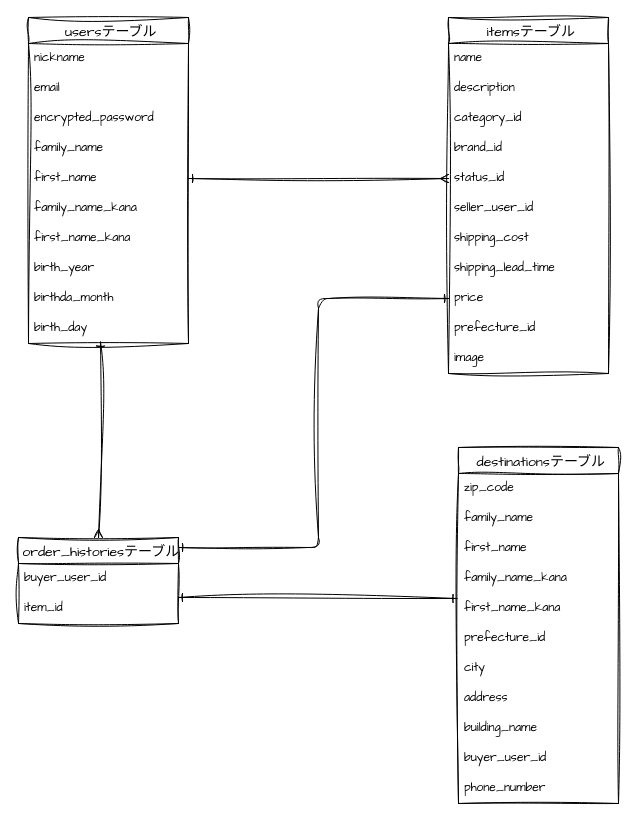
Kaomaruko/furima-40267 keeps this draw.io diagram as app/views/test.dio. Above is the earlier version. Source tidied: cells renumbered, new cells numbered last; positions are measured from the earlier drawing's top-left corner, leaving out a move shared by most shapes. Both pictures are drawn from the tidied source at 100%, with x=0, y=0 at pixel (18, 17).
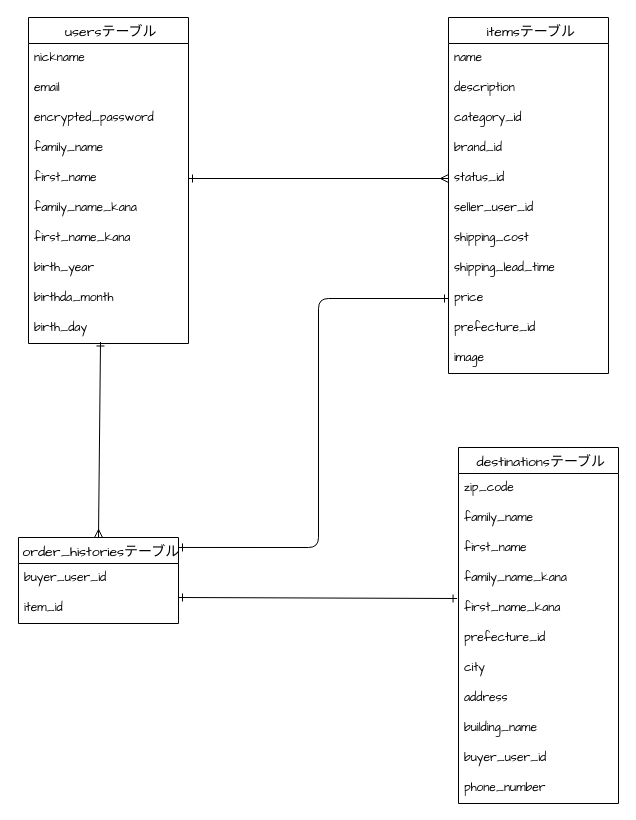
The same diagram, later.

The edit, as a diff of the source:
```diff
@@
-    <mxCell id="2" value=" usersテーブル" style="swimlane;fontStyle=0;horizontal=1;startSize=26;align=center;fontSize=14;sketch=1;hachureGap=4;jiggle=2;curveFitting=1;fontFamily=Architects Daughter;" parent="1" vertex="1">
+    <mxCell id="2" value=" usersテーブル" style="swimlane;fontStyle=0;horizontal=1;startSize=26;align=center;fontSize=14;hachureGap=4;fontFamily=Architects Daughter;" parent="1" vertex="1">
       <mxGeometry x="10" width="160" height="326" as="geometry" />
     </mxCell>
-    <mxCell id="3" value="nickname" style="text;strokeColor=none;fillColor=none;spacingLeft=4;spacingRight=4;overflow=hidden;fontSize=12;sketch=1;hachureGap=4;jiggle=2;curveFitting=1;fontFamily=Architects Daughter;" parent="2" vertex="1">
+    <mxCell id="3" value="nickname" style="text;strokeColor=none;fillColor=none;spacingLeft=4;spacingRight=4;overflow=hidden;fontSize=12;hachureGap=4;fontFamily=Architects Daughter;" parent="2" vertex="1">
       <mxGeometry y="26" width="160" height="30" as="geometry" />
     </mxCell>
-    <mxCell id="4" value="email" style="text;strokeColor=none;fillColor=none;spacingLeft=4;spacingRight=4;overflow=hidden;fontSize=12;sketch=1;hachureGap=4;jiggle=2;curveFitting=1;fontFamily=Architects Daughter;" parent="2" vertex="1">
+    <mxCell id="4" value="email" style="text;strokeColor=none;fillColor=none;spacingLeft=4;spacingRight=4;overflow=hidden;fontSize=12;hachureGap=4;fontFamily=Architects Daughter;" parent="2" vertex="1">
       <mxGeometry y="56" width="160" height="30" as="geometry" />
     </mxCell>
-    <mxCell id="5" value="encrypted_password" style="text;strokeColor=none;fillColor=none;spacingLeft=4;spacingRight=4;overflow=hidden;fontSize=12;sketch=1;hachureGap=4;jiggle=2;curveFitting=1;fontFamily=Architects Daughter;" parent="2" vertex="1">
+    <mxCell id="5" value="encrypted_password" style="text;strokeColor=none;fillColor=none;spacingLeft=4;spacingRight=4;overflow=hidden;fontSize=12;hachureGap=4;fontFamily=Architects Daughter;" parent="2" vertex="1">
       <mxGeometry y="86" width="160" height="30" as="geometry" />
     </mxCell>
-    <mxCell id="6" value="family_name" style="text;strokeColor=none;fillColor=none;spacingLeft=4;spacingRight=4;overflow=hidden;fontSize=12;sketch=1;hachureGap=4;jiggle=2;curveFitting=1;fontFamily=Architects Daughter;" parent="2" vertex="1">
+    <mxCell id="6" value="family_name" style="text;strokeColor=none;fillColor=none;spacingLeft=4;spacingRight=4;overflow=hidden;fontSize=12;hachureGap=4;fontFamily=Architects Daughter;" parent="2" vertex="1">
       <mxGeometry y="116" width="160" height="30" as="geometry" />
     </mxCell>
-    <mxCell id="7" value="first_name" style="text;strokeColor=none;fillColor=none;spacingLeft=4;spacingRight=4;overflow=hidden;points=[[0,0.5],[1,0.5]];portConstraint=eastwest;fontSize=12;sketch=1;hachureGap=4;jiggle=2;curveFitting=1;fontFamily=Architects Daughter;" parent="2" vertex="1">
+    <mxCell id="7" value="first_name" style="text;strokeColor=none;fillColor=none;spacingLeft=4;spacingRight=4;overflow=hidden;points=[[0,0.5],[1,0.5]];portConstraint=eastwest;fontSize=12;hachureGap=4;fontFamily=Architects Daughter;" parent="2" vertex="1">
       <mxGeometry y="146" width="160" height="30" as="geometry" />
     </mxCell>
-    <mxCell id="8" value="family_name_kana" style="text;strokeColor=none;fillColor=none;spacingLeft=4;spacingRight=4;overflow=hidden;fontSize=12;sketch=1;hachureGap=4;jiggle=2;curveFitting=1;fontFamily=Architects Daughter;" parent="2" vertex="1">
+    <mxCell id="8" value="family_name_kana" style="text;strokeColor=none;fillColor=none;spacingLeft=4;spacingRight=4;overflow=hidden;fontSize=12;hachureGap=4;fontFamily=Architects Daughter;" parent="2" vertex="1">
       <mxGeometry y="176" width="160" height="30" as="geometry" />
     </mxCell>
-    <mxCell id="9" value="first_name_kana" style="text;strokeColor=none;fillColor=none;spacingLeft=4;spacingRight=4;overflow=hidden;fontSize=12;sketch=1;hachureGap=4;jiggle=2;curveFitting=1;fontFamily=Architects Daughter;" parent="2" vertex="1">
+    <mxCell id="9" value="first_name_kana" style="text;strokeColor=none;fillColor=none;spacingLeft=4;spacingRight=4;overflow=hidden;fontSize=12;hachureGap=4;fontFamily=Architects Daughter;" parent="2" vertex="1">
       <mxGeometry y="206" width="160" height="30" as="geometry" />
     </mxCell>
-    <mxCell id="10" value="birth_year" style="text;strokeColor=none;fillColor=none;spacingLeft=4;spacingRight=4;overflow=hidden;fontSize=12;sketch=1;hachureGap=4;jiggle=2;curveFitting=1;fontFamily=Architects Daughter;" parent="2" vertex="1">
+    <mxCell id="10" value="birth_year" style="text;strokeColor=none;fillColor=none;spacingLeft=4;spacingRight=4;overflow=hidden;fontSize=12;hachureGap=4;fontFamily=Architects Daughter;" parent="2" vertex="1">
       <mxGeometry y="236" width="160" height="30" as="geometry" />
     </mxCell>
-    <mxCell id="11" value="birthda_month" style="text;strokeColor=none;fillColor=none;spacingLeft=4;spacingRight=4;overflow=hidden;fontSize=12;sketch=1;hachureGap=4;jiggle=2;curveFitting=1;fontFamily=Architects Daughter;" parent="2" vertex="1">
+    <mxCell id="11" value="birthda_month" style="text;strokeColor=none;fillColor=none;spacingLeft=4;spacingRight=4;overflow=hidden;fontSize=12;hachureGap=4;fontFamily=Architects Daughter;" parent="2" vertex="1">
       <mxGeometry y="266" width="160" height="30" as="geometry" />
     </mxCell>
-    <mxCell id="12" value="birth_day" style="text;strokeColor=none;fillColor=none;spacingLeft=4;spacingRight=4;overflow=hidden;points=[[0,0.5],[1,0.5]];portConstraint=eastwest;fontSize=12;sketch=1;hachureGap=4;jiggle=2;curveFitting=1;fontFamily=Architects Daughter;" parent="2" vertex="1">
+    <mxCell id="12" value="birth_day" style="text;strokeColor=none;fillColor=none;spacingLeft=4;spacingRight=4;overflow=hidden;points=[[0,0.5],[1,0.5]];portConstraint=eastwest;fontSize=12;hachureGap=4;fontFamily=Architects Daughter;" parent="2" vertex="1">
       <mxGeometry y="296" width="160" height="30" as="geometry" />
     </mxCell>
-    <mxCell id="13" value=" itemsテーブル" style="swimlane;fontStyle=0;horizontal=1;startSize=26;align=center;fontSize=14;sketch=1;hachureGap=4;jiggle=2;curveFitting=1;fontFamily=Architects Daughter;" parent="1" vertex="1">
+    <mxCell id="13" value=" itemsテーブル" style="swimlane;fontStyle=0;horizontal=1;startSize=26;align=center;fontSize=14;hachureGap=4;fontFamily=Architects Daughter;" parent="1" vertex="1">
       <mxGeometry x="430" width="160" height="356" as="geometry" />
     </mxCell>
-    <mxCell id="14" value="name" style="text;strokeColor=none;fillColor=none;spacingLeft=4;spacingRight=4;overflow=hidden;fontSize=12;sketch=1;hachureGap=4;jiggle=2;curveFitting=1;fontFamily=Architects Daughter;" parent="13" vertex="1">
+    <mxCell id="14" value="name" style="text;strokeColor=none;fillColor=none;spacingLeft=4;spacingRight=4;overflow=hidden;fontSize=12;hachureGap=4;fontFamily=Architects Daughter;" parent="13" vertex="1">
       <mxGeometry y="26" width="160" height="30" as="geometry" />
     </mxCell>
-    <mxCell id="15" value="description" style="text;strokeColor=none;fillColor=none;spacingLeft=4;spacingRight=4;overflow=hidden;fontSize=12;sketch=1;hachureGap=4;jiggle=2;curveFitting=1;fontFamily=Architects Daughter;" parent="13" vertex="1">
+    <mxCell id="15" value="description" style="text;strokeColor=none;fillColor=none;spacingLeft=4;spacingRight=4;overflow=hidden;fontSize=12;hachureGap=4;fontFamily=Architects Daughter;" parent="13" vertex="1">
       <mxGeometry y="56" width="160" height="30" as="geometry" />
     </mxCell>
-    <mxCell id="16" value="category_id" style="text;strokeColor=none;fillColor=none;spacingLeft=4;spacingRight=4;overflow=hidden;fontSize=12;sketch=1;hachureGap=4;jiggle=2;curveFitting=1;fontFamily=Architects Daughter;" parent="13" vertex="1">
+    <mxCell id="16" value="category_id" style="text;strokeColor=none;fillColor=none;spacingLeft=4;spacingRight=4;overflow=hidden;fontSize=12;hachureGap=4;fontFamily=Architects Daughter;" parent="13" vertex="1">
       <mxGeometry y="86" width="160" height="30" as="geometry" />
     </mxCell>
-    <mxCell id="17" value="brand_id" style="text;strokeColor=none;fillColor=none;spacingLeft=4;spacingRight=4;overflow=hidden;fontSize=12;sketch=1;hachureGap=4;jiggle=2;curveFitting=1;fontFamily=Architects Daughter;" parent="13" vertex="1">
+    <mxCell id="17" value="brand_id" style="text;strokeColor=none;fillColor=none;spacingLeft=4;spacingRight=4;overflow=hidden;fontSize=12;hachureGap=4;fontFamily=Architects Daughter;" parent="13" vertex="1">
       <mxGeometry y="116" width="160" height="30" as="geometry" />
     </mxCell>
-    <mxCell id="18" value="status_id" style="text;strokeColor=none;fillColor=none;spacingLeft=4;spacingRight=4;overflow=hidden;points=[[0,0.5],[1,0.5]];portConstraint=eastwest;fontSize=12;sketch=1;hachureGap=4;jiggle=2;curveFitting=1;fontFamily=Architects Daughter;" parent="13" vertex="1">
+    <mxCell id="18" value="status_id" style="text;strokeColor=none;fillColor=none;spacingLeft=4;spacingRight=4;overflow=hidden;points=[[0,0.5],[1,0.5]];portConstraint=eastwest;fontSize=12;hachureGap=4;fontFamily=Architects Daughter;" parent="13" vertex="1">
       <mxGeometry y="146" width="160" height="30" as="geometry" />
     </mxCell>
-    <mxCell id="19" value="seller_user_id" style="text;strokeColor=none;fillColor=none;spacingLeft=4;spacingRight=4;overflow=hidden;fontSize=12;sketch=1;hachureGap=4;jiggle=2;curveFitting=1;fontFamily=Architects Daughter;" parent="13" vertex="1">
+    <mxCell id="19" value="seller_user_id" style="text;strokeColor=none;fillColor=none;spacingLeft=4;spacingRight=4;overflow=hidden;fontSize=12;hachureGap=4;fontFamily=Architects Daughter;" parent="13" vertex="1">
       <mxGeometry y="176" width="160" height="30" as="geometry" />
     </mxCell>
-    <mxCell id="20" value="shipping_cost" style="text;strokeColor=none;fillColor=none;spacingLeft=4;spacingRight=4;overflow=hidden;fontSize=12;sketch=1;hachureGap=4;jiggle=2;curveFitting=1;fontFamily=Architects Daughter;" parent="13" vertex="1">
+    <mxCell id="20" value="shipping_cost" style="text;strokeColor=none;fillColor=none;spacingLeft=4;spacingRight=4;overflow=hidden;fontSize=12;hachureGap=4;fontFamily=Architects Daughter;" parent="13" vertex="1">
       <mxGeometry y="206" width="160" height="30" as="geometry" />
     </mxCell>
-    <mxCell id="21" value="shipping_lead_time" style="text;strokeColor=none;fillColor=none;spacingLeft=4;spacingRight=4;overflow=hidden;fontSize=12;sketch=1;hachureGap=4;jiggle=2;curveFitting=1;fontFamily=Architects Daughter;" parent="13" vertex="1">
+    <mxCell id="21" value="shipping_lead_time" style="text;strokeColor=none;fillColor=none;spacingLeft=4;spacingRight=4;overflow=hidden;fontSize=12;hachureGap=4;fontFamily=Architects Daughter;" parent="13" vertex="1">
       <mxGeometry y="236" width="160" height="30" as="geometry" />
     </mxCell>
-    <mxCell id="22" value="price" style="text;strokeColor=none;fillColor=none;spacingLeft=4;spacingRight=4;overflow=hidden;points=[[0,0.5],[1,0.5]];portConstraint=eastwest;fontSize=12;sketch=1;hachureGap=4;jiggle=2;curveFitting=1;fontFamily=Architects Daughter;" parent="13" vertex="1">
+    <mxCell id="22" value="price" style="text;strokeColor=none;fillColor=none;spacingLeft=4;spacingRight=4;overflow=hidden;points=[[0,0.5],[1,0.5]];portConstraint=eastwest;fontSize=12;hachureGap=4;fontFamily=Architects Daughter;" parent="13" vertex="1">
       <mxGeometry y="266" width="160" height="30" as="geometry" />
     </mxCell>
-    <mxCell id="23" value="prefecture_id" style="text;strokeColor=none;fillColor=none;spacingLeft=4;spacingRight=4;overflow=hidden;fontSize=12;sketch=1;hachureGap=4;jiggle=2;curveFitting=1;fontFamily=Architects Daughter;" parent="13" vertex="1">
+    <mxCell id="23" value="prefecture_id" style="text;strokeColor=none;fillColor=none;spacingLeft=4;spacingRight=4;overflow=hidden;fontSize=12;hachureGap=4;fontFamily=Architects Daughter;" parent="13" vertex="1">
       <mxGeometry y="296" width="160" height="30" as="geometry" />
     </mxCell>
-    <mxCell id="24" value="image" style="text;strokeColor=none;fillColor=none;spacingLeft=4;spacingRight=4;overflow=hidden;fontSize=12;sketch=1;hachureGap=4;jiggle=2;curveFitting=1;fontFamily=Architects Daughter;" parent="13" vertex="1">
+    <mxCell id="24" value="image" style="text;strokeColor=none;fillColor=none;spacingLeft=4;spacingRight=4;overflow=hidden;fontSize=12;hachureGap=4;fontFamily=Architects Daughter;" parent="13" vertex="1">
       <mxGeometry y="326" width="160" height="30" as="geometry" />
     </mxCell>
-    <mxCell id="25" value=" order_historiesテーブル" style="swimlane;fontStyle=0;horizontal=1;startSize=26;align=center;fontSize=14;sketch=1;hachureGap=4;jiggle=2;curveFitting=1;fontFamily=Architects Daughter;" parent="1" vertex="1">
+    <mxCell id="25" value=" order_historiesテーブル" style="swimlane;fontStyle=0;horizontal=1;startSize=26;align=center;fontSize=14;hachureGap=4;fontFamily=Architects Daughter;" parent="1" vertex="1">
       <mxGeometry y="520" width="160" height="86" as="geometry" />
     </mxCell>
-    <mxCell id="26" value="buyer_user_id" style="text;strokeColor=none;fillColor=none;spacingLeft=4;spacingRight=4;overflow=hidden;fontSize=12;sketch=1;hachureGap=4;jiggle=2;curveFitting=1;fontFamily=Architects Daughter;" parent="25" vertex="1">
+    <mxCell id="26" value="buyer_user_id" style="text;strokeColor=none;fillColor=none;spacingLeft=4;spacingRight=4;overflow=hidden;fontSize=12;hachureGap=4;fontFamily=Architects Daughter;" parent="25" vertex="1">
       <mxGeometry y="26" width="160" height="30" as="geometry" />
     </mxCell>
-    <mxCell id="27" value="item_id" style="text;strokeColor=none;fillColor=none;spacingLeft=4;spacingRight=4;overflow=hidden;fontSize=12;sketch=1;hachureGap=4;jiggle=2;curveFitting=1;fontFamily=Architects Daughter;" parent="25" vertex="1">
+    <mxCell id="27" value="item_id" style="text;strokeColor=none;fillColor=none;spacingLeft=4;spacingRight=4;overflow=hidden;fontSize=12;hachureGap=4;fontFamily=Architects Daughter;" parent="25" vertex="1">
       <mxGeometry y="56" width="160" height="30" as="geometry" />
     </mxCell>
-    <mxCell id="28" value=" destinationsテーブル" style="swimlane;fontStyle=0;horizontal=1;startSize=26;align=center;fontSize=14;sketch=1;hachureGap=4;jiggle=2;curveFitting=1;fontFamily=Architects Daughter;" parent="1" vertex="1">
+    <mxCell id="28" value=" destinationsテーブル" style="swimlane;fontStyle=0;horizontal=1;startSize=26;align=center;fontSize=14;hachureGap=4;fontFamily=Architects Daughter;" parent="1" vertex="1">
       <mxGeometry x="440" y="430" width="160" height="356" as="geometry" />
     </mxCell>
-    <mxCell id="29" value="zip_code" style="text;strokeColor=none;fillColor=none;spacingLeft=4;spacingRight=4;overflow=hidden;fontSize=12;sketch=1;hachureGap=4;jiggle=2;curveFitting=1;fontFamily=Architects Daughter;" parent="28" vertex="1">
+    <mxCell id="29" value="zip_code" style="text;strokeColor=none;fillColor=none;spacingLeft=4;spacingRight=4;overflow=hidden;fontSize=12;hachureGap=4;fontFamily=Architects Daughter;" parent="28" vertex="1">
       <mxGeometry y="26" width="160" height="30" as="geometry" />
     </mxCell>
-    <mxCell id="30" value="family_name" style="text;strokeColor=none;fillColor=none;spacingLeft=4;spacingRight=4;overflow=hidden;fontSize=12;sketch=1;hachureGap=4;jiggle=2;curveFitting=1;fontFamily=Architects Daughter;" parent="28" vertex="1">
+    <mxCell id="30" value="family_name" style="text;strokeColor=none;fillColor=none;spacingLeft=4;spacingRight=4;overflow=hidden;fontSize=12;hachureGap=4;fontFamily=Architects Daughter;" parent="28" vertex="1">
       <mxGeometry y="56" width="160" height="30" as="geometry" />
     </mxCell>
-    <mxCell id="31" value="first_name" style="text;strokeColor=none;fillColor=none;spacingLeft=4;spacingRight=4;overflow=hidden;fontSize=12;sketch=1;hachureGap=4;jiggle=2;curveFitting=1;fontFamily=Architects Daughter;" parent="28" vertex="1">
+    <mxCell id="31" value="first_name" style="text;strokeColor=none;fillColor=none;spacingLeft=4;spacingRight=4;overflow=hidden;fontSize=12;hachureGap=4;fontFamily=Architects Daughter;" parent="28" vertex="1">
       <mxGeometry y="86" width="160" height="30" as="geometry" />
     </mxCell>
-    <mxCell id="32" value="family_name_kana" style="text;strokeColor=none;fillColor=none;spacingLeft=4;spacingRight=4;overflow=hidden;fontSize=12;sketch=1;hachureGap=4;jiggle=2;curveFitting=1;fontFamily=Architects Daughter;" parent="28" vertex="1">
+    <mxCell id="32" value="family_name_kana" style="text;strokeColor=none;fillColor=none;spacingLeft=4;spacingRight=4;overflow=hidden;fontSize=12;hachureGap=4;fontFamily=Architects Daughter;" parent="28" vertex="1">
       <mxGeometry y="116" width="160" height="30" as="geometry" />
     </mxCell>
-    <mxCell id="33" value="first_name_kana" style="text;strokeColor=none;fillColor=none;spacingLeft=4;spacingRight=4;overflow=hidden;points=[[0,0.5],[1,0.5]];portConstraint=eastwest;fontSize=12;sketch=1;hachureGap=4;jiggle=2;curveFitting=1;fontFamily=Architects Daughter;" parent="28" vertex="1">
+    <mxCell id="33" value="first_name_kana" style="text;strokeColor=none;fillColor=none;spacingLeft=4;spacingRight=4;overflow=hidden;points=[[0,0.5],[1,0.5]];portConstraint=eastwest;fontSize=12;hachureGap=4;fontFamily=Architects Daughter;" parent="28" vertex="1">
       <mxGeometry y="146" width="160" height="30" as="geometry" />
     </mxCell>
-    <mxCell id="34" value="prefecture_id" style="text;strokeColor=none;fillColor=none;spacingLeft=4;spacingRight=4;overflow=hidden;fontSize=12;sketch=1;hachureGap=4;jiggle=2;curveFitting=1;fontFamily=Architects Daughter;" parent="28" vertex="1">
+    <mxCell id="34" value="prefecture_id" style="text;strokeColor=none;fillColor=none;spacingLeft=4;spacingRight=4;overflow=hidden;fontSize=12;hachureGap=4;fontFamily=Architects Daughter;" parent="28" vertex="1">
       <mxGeometry y="176" width="160" height="30" as="geometry" />
     </mxCell>
-    <mxCell id="35" value="city" style="text;strokeColor=none;fillColor=none;spacingLeft=4;spacingRight=4;overflow=hidden;fontSize=12;sketch=1;hachureGap=4;jiggle=2;curveFitting=1;fontFamily=Architects Daughter;" parent="28" vertex="1">
+    <mxCell id="35" value="city" style="text;strokeColor=none;fillColor=none;spacingLeft=4;spacingRight=4;overflow=hidden;fontSize=12;hachureGap=4;fontFamily=Architects Daughter;" parent="28" vertex="1">
       <mxGeometry y="206" width="160" height="30" as="geometry" />
     </mxCell>
-    <mxCell id="36" value="address" style="text;strokeColor=none;fillColor=none;spacingLeft=4;spacingRight=4;overflow=hidden;fontSize=12;sketch=1;hachureGap=4;jiggle=2;curveFitting=1;fontFamily=Architects Daughter;" parent="28" vertex="1">
+    <mxCell id="36" value="address" style="text;strokeColor=none;fillColor=none;spacingLeft=4;spacingRight=4;overflow=hidden;fontSize=12;hachureGap=4;fontFamily=Architects Daughter;" parent="28" vertex="1">
       <mxGeometry y="236" width="160" height="30" as="geometry" />
     </mxCell>
-    <mxCell id="37" value="building_name" style="text;strokeColor=none;fillColor=none;spacingLeft=4;spacingRight=4;overflow=hidden;fontSize=12;sketch=1;hachureGap=4;jiggle=2;curveFitting=1;fontFamily=Architects Daughter;" parent="28" vertex="1">
+    <mxCell id="37" value="building_name" style="text;strokeColor=none;fillColor=none;spacingLeft=4;spacingRight=4;overflow=hidden;fontSize=12;hachureGap=4;fontFamily=Architects Daughter;" parent="28" vertex="1">
       <mxGeometry y="266" width="160" height="30" as="geometry" />
     </mxCell>
-    <mxCell id="38" value="buyer_user_id" style="text;strokeColor=none;fillColor=none;spacingLeft=4;spacingRight=4;overflow=hidden;fontSize=12;sketch=1;hachureGap=4;jiggle=2;curveFitting=1;fontFamily=Architects Daughter;" parent="28" vertex="1">
+    <mxCell id="38" value="buyer_user_id" style="text;strokeColor=none;fillColor=none;spacingLeft=4;spacingRight=4;overflow=hidden;fontSize=12;hachureGap=4;fontFamily=Architects Daughter;" parent="28" vertex="1">
       <mxGeometry y="296" width="160" height="30" as="geometry" />
     </mxCell>
-    <mxCell id="39" value="phone_number" style="text;strokeColor=none;fillColor=none;spacingLeft=4;spacingRight=4;overflow=hidden;fontSize=12;sketch=1;hachureGap=4;jiggle=2;curveFitting=1;fontFamily=Architects Daughter;" parent="28" vertex="1">
+    <mxCell id="39" value="phone_number" style="text;strokeColor=none;fillColor=none;spacingLeft=4;spacingRight=4;overflow=hidden;fontSize=12;hachureGap=4;fontFamily=Architects Daughter;" parent="28" vertex="1">
       <mxGeometry y="326" width="160" height="30" as="geometry" />
     </mxCell>
-    <mxCell id="40" style="edgeStyle=none;sketch=1;hachureGap=4;jiggle=2;curveFitting=1;html=1;exitX=1;exitY=0.5;exitDx=0;exitDy=0;fontFamily=Architects Daughter;fontSize=16;endArrow=ERmany;endFill=0;startArrow=ERone;startFill=0;" parent="1" edge="1" source="7" target="18">
+    <mxCell id="40" style="edgeStyle=none;hachureGap=4;html=1;exitX=1;exitY=0.5;exitDx=0;exitDy=0;fontFamily=Architects Daughter;fontSize=16;endArrow=ERmany;endFill=0;startArrow=ERone;startFill=0;" parent="1" edge="1" source="7" target="18">
       <mxGeometry relative="1" as="geometry" />
     </mxCell>
-    <mxCell id="41" style="edgeStyle=none;sketch=1;hachureGap=4;jiggle=2;curveFitting=1;html=1;exitX=0.45;exitY=0.95;exitDx=0;exitDy=0;fontFamily=Architects Daughter;fontSize=16;endArrow=ERmany;endFill=0;startArrow=ERone;startFill=0;exitPerimeter=0;entryX=0.5;entryY=0;entryDx=0;entryDy=0;" parent="1" edge="1" source="12" target="25">
+    <mxCell id="41" style="edgeStyle=none;hachureGap=4;html=1;exitX=0.45;exitY=0.95;exitDx=0;exitDy=0;fontFamily=Architects Daughter;fontSize=16;endArrow=ERmany;endFill=0;startArrow=ERone;startFill=0;exitPerimeter=0;entryX=0.5;entryY=0;entryDx=0;entryDy=0;" parent="1" edge="1" source="12" target="25">
       <mxGeometry relative="1" as="geometry" />
     </mxCell>
-    <mxCell id="42" style="edgeStyle=orthogonalEdgeStyle;sketch=1;hachureGap=4;jiggle=2;curveFitting=1;html=1;fontFamily=Architects Daughter;fontSize=16;endArrow=ERone;endFill=0;startArrow=ERone;startFill=0;entryX=0;entryY=0.5;entryDx=0;entryDy=0;exitX=1;exitY=0.116;exitDx=0;exitDy=0;exitPerimeter=0;" parent="1" edge="1" source="25" target="22">
+    <mxCell id="42" style="edgeStyle=orthogonalEdgeStyle;hachureGap=4;html=1;fontFamily=Architects Daughter;fontSize=16;endArrow=ERone;endFill=0;startArrow=ERone;startFill=0;entryX=0;entryY=0.5;entryDx=0;entryDy=0;exitX=1;exitY=0.116;exitDx=0;exitDy=0;exitPerimeter=0;" parent="1" edge="1" source="25" target="22">
       <mxGeometry relative="1" as="geometry">
         <Array as="points">
           <mxPoint x="300" y="530" />
           <mxPoint x="300" y="281" />
         </Array>
       </mxGeometry>
     </mxCell>
-    <mxCell id="43" style="edgeStyle=none;sketch=1;hachureGap=4;jiggle=2;curveFitting=1;html=1;exitX=1;exitY=0.5;exitDx=0;exitDy=0;fontFamily=Architects Daughter;fontSize=16;endArrow=ERone;endFill=0;startArrow=ERone;startFill=0;entryX=-0.009;entryY=0.167;entryDx=0;entryDy=0;entryPerimeter=0;" parent="1" edge="1" target="33">
+    <mxCell id="43" style="edgeStyle=none;hachureGap=4;html=1;exitX=1;exitY=0.5;exitDx=0;exitDy=0;fontFamily=Architects Daughter;fontSize=16;endArrow=ERone;endFill=0;startArrow=ERone;startFill=0;entryX=-0.009;entryY=0.167;entryDx=0;entryDy=0;entryPerimeter=0;" parent="1" edge="1" target="33">
       <mxGeometry relative="1" as="geometry">
         <mxPoint x="160" y="580" as="sourcePoint" />
       </mxGeometry>
     </mxCell>
```
